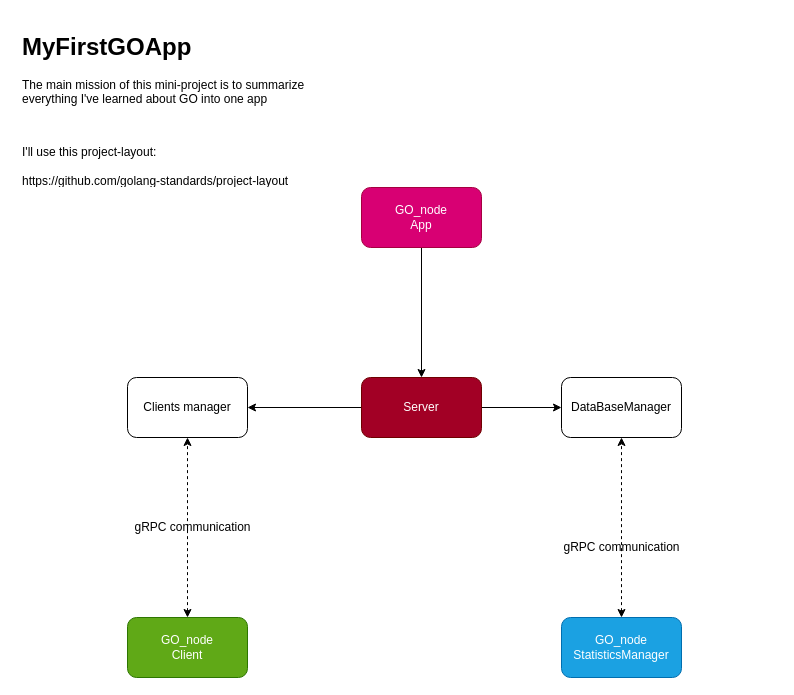
GalBrandwine/GoLearning keeps this draw.io diagram as first_go_app/docs/UML.drawio. Above is the earlier version. Source tidied: cells renumbered, new cells numbered last; positions are measured from the earlier drawing's top-left corner, leaving out a move shared by most shapes. Both pictures are drawn from the tidied source at 100%, with x=0, y=0 at pixel (17, 27).
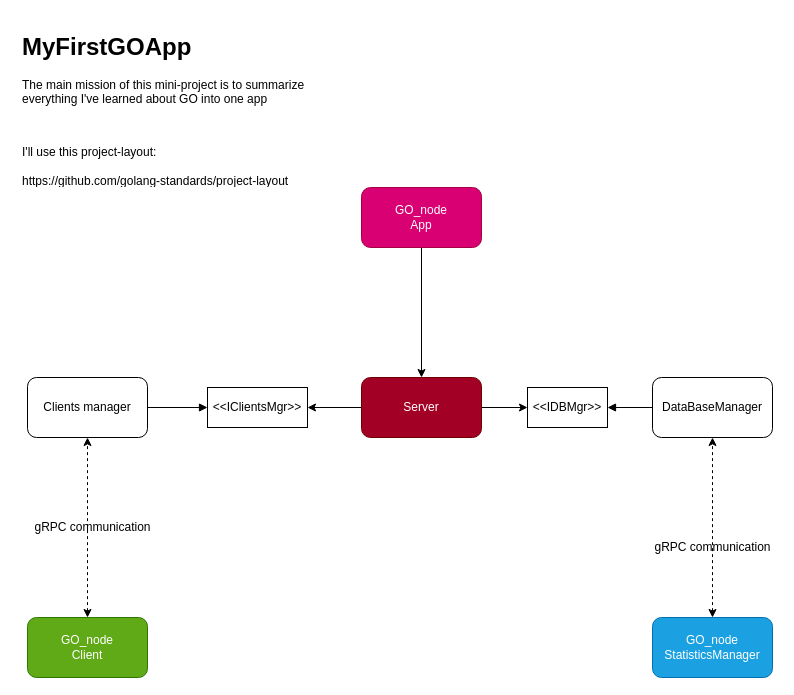
After the change.

What changed in the source:
```diff
@@
 <mxGraphModel>
   <root>
     <mxCell id="0" />
     <mxCell id="1" parent="0" />
-    <mxCell id="2" style="edgeStyle=orthogonalEdgeStyle;rounded=0;jettySize=auto;html=1;exitX=0;exitY=0.5;exitDx=0;exitDy=0;" parent="1" edge="1" source="8" target="6">
+    <mxCell id="2" style="edgeStyle=orthogonalEdgeStyle;rounded=0;jettySize=auto;html=1;exitX=0;exitY=0.5;exitDx=0;exitDy=0;entryX=1;entryY=0.5;entryDx=0;entryDy=0;" parent="1" edge="1" source="8" target="19">
       <mxGeometry relative="1" as="geometry" />
     </mxCell>
     <mxCell id="3" style="edgeStyle=orthogonalEdgeStyle;rounded=0;jettySize=auto;html=1;entryX=0.5;entryY=0;entryDx=0;entryDy=0;" parent="1" edge="1" source="4" target="8">
       <mxGeometry relative="1" as="geometry" />
     </mxCell>
     <mxCell id="4" value="GO_node&lt;br&gt;App" style="rounded=1;whiteSpace=wrap;html=1;fillColor=#d80073;strokeColor=#A50040;fontColor=#ffffff;" parent="1" vertex="1">
       <mxGeometry x="344" y="160" width="120" height="60" as="geometry" />
     </mxCell>
     <mxCell id="5" value="&lt;h1&gt;MyFirstGOApp&lt;/h1&gt;&lt;p&gt;The main mission of this mini-project is to summarize everything I've learned about GO into one app&lt;/p&gt;&lt;p&gt;&lt;br&gt;&lt;/p&gt;&lt;p&gt;I'll use this project-layout:&lt;br&gt;&lt;br&gt;https://github.com/golang-standards/project-layout&lt;br&gt;&lt;/p&gt;" style="text;html=1;strokeColor=none;fillColor=none;spacing=5;spacingTop=-20;whiteSpace=wrap;overflow=hidden;rounded=0;" parent="1" vertex="1">
       <mxGeometry width="340" height="160" as="geometry" />
     </mxCell>
+    <mxCell id="16" style="edgeStyle=orthogonalEdgeStyle;rounded=0;jettySize=auto;html=1;exitX=1;exitY=0.5;exitDx=0;exitDy=0;endArrow=block;endFill=1;" parent="1" edge="1" source="6" target="19">
+      <mxGeometry relative="1" as="geometry" />
+    </mxCell>
     <mxCell id="6" value="Clients manager" style="rounded=1;whiteSpace=wrap;html=1;" parent="1" vertex="1">
-      <mxGeometry x="110" y="350" width="120" height="60" as="geometry" />
+      <mxGeometry x="10" y="350" width="120" height="60" as="geometry" />
     </mxCell>
-    <mxCell id="7" style="edgeStyle=orthogonalEdgeStyle;rounded=0;jettySize=auto;html=1;" parent="1" edge="1" source="8" target="9">
+    <mxCell id="7" style="edgeStyle=orthogonalEdgeStyle;rounded=0;jettySize=auto;html=1;entryX=0;entryY=0.5;entryDx=0;entryDy=0;" parent="1" edge="1" source="8" target="18">
       <mxGeometry relative="1" as="geometry" />
     </mxCell>
     <mxCell id="8" value="Server" style="rounded=1;whiteSpace=wrap;html=1;fillColor=#a20025;strokeColor=#6F0000;fontColor=#ffffff;" parent="1" vertex="1">
       <mxGeometry x="344" y="350" width="120" height="60" as="geometry" />
     </mxCell>
+    <mxCell id="17" style="edgeStyle=orthogonalEdgeStyle;rounded=0;jettySize=auto;html=1;exitX=0;exitY=0.5;exitDx=0;exitDy=0;endArrow=block;endFill=1;" parent="1" edge="1" source="9" target="18">
+      <mxGeometry relative="1" as="geometry" />
+    </mxCell>
     <mxCell id="9" value="DataBaseManager" style="whiteSpace=wrap;html=1;rounded=1;" parent="1" vertex="1">
-      <mxGeometry x="544" y="350" width="120" height="60" as="geometry" />
+      <mxGeometry x="635" y="350" width="120" height="60" as="geometry" />
     </mxCell>
     <mxCell id="10" style="edgeStyle=orthogonalEdgeStyle;rounded=0;jettySize=auto;html=1;exitX=0.5;exitY=0;exitDx=0;exitDy=0;entryX=0.5;entryY=1;entryDx=0;entryDy=0;dashed=1;startArrow=classic;startFill=1;" parent="1" edge="1" source="11" target="6">
       <mxGeometry relative="1" as="geometry" />
     </mxCell>
     <mxCell id="11" value="GO_node&lt;br&gt;Client" style="rounded=1;whiteSpace=wrap;html=1;fillColor=#60a917;strokeColor=#2D7600;fontColor=#ffffff;" parent="1" vertex="1">
-      <mxGeometry x="110" y="590" width="120" height="60" as="geometry" />
+      <mxGeometry x="10" y="590" width="120" height="60" as="geometry" />
     </mxCell>
     <mxCell id="12" value="gRPC communication" style="text;html=1;align=center;verticalAlign=middle;strokeColor=none;" parent="1" vertex="1">
-      <mxGeometry x="110" y="490" width="130" height="20" as="geometry" />
+      <mxGeometry x="10" y="490" width="130" height="20" as="geometry" />
     </mxCell>
     <mxCell id="13" value="GO_node StatisticsManager" style="whiteSpace=wrap;html=1;rounded=1;fillColor=#1ba1e2;strokeColor=#006EAF;fontColor=#ffffff;" parent="1" vertex="1">
-      <mxGeometry x="544" y="590" width="120" height="60" as="geometry" />
+      <mxGeometry x="635" y="590" width="120" height="60" as="geometry" />
     </mxCell>
     <mxCell id="14" style="edgeStyle=orthogonalEdgeStyle;rounded=0;jettySize=auto;html=1;exitX=0.5;exitY=0;exitDx=0;exitDy=0;entryX=0.5;entryY=1;entryDx=0;entryDy=0;dashed=1;startArrow=classic;startFill=1;" parent="1" edge="1" source="13" target="9">
       <mxGeometry relative="1" as="geometry" />
     </mxCell>
     <mxCell id="15" value="gRPC communication" style="text;html=1;align=center;verticalAlign=middle;strokeColor=none;" parent="1" vertex="1">
-      <mxGeometry x="539" y="510" width="130" height="20" as="geometry" />
+      <mxGeometry x="630" y="510" width="130" height="20" as="geometry" />
     </mxCell>
+    <mxCell id="18" value="&amp;lt;&amp;lt;IDBMgr&amp;gt;&amp;gt;" style="rounded=0;whiteSpace=wrap;html=1;" parent="1" vertex="1">
+      <mxGeometry x="510" y="360" width="80" height="40" as="geometry" />
+    </mxCell>
+    <mxCell id="19" value="&amp;lt;&amp;lt;IClientsMgr&amp;gt;&amp;gt;" style="rounded=0;whiteSpace=wrap;html=1;" parent="1" vertex="1">
+      <mxGeometry x="190" y="360" width="100" height="40" as="geometry" />
+    </mxCell>
   </root>
 </mxGraphModel>
```
